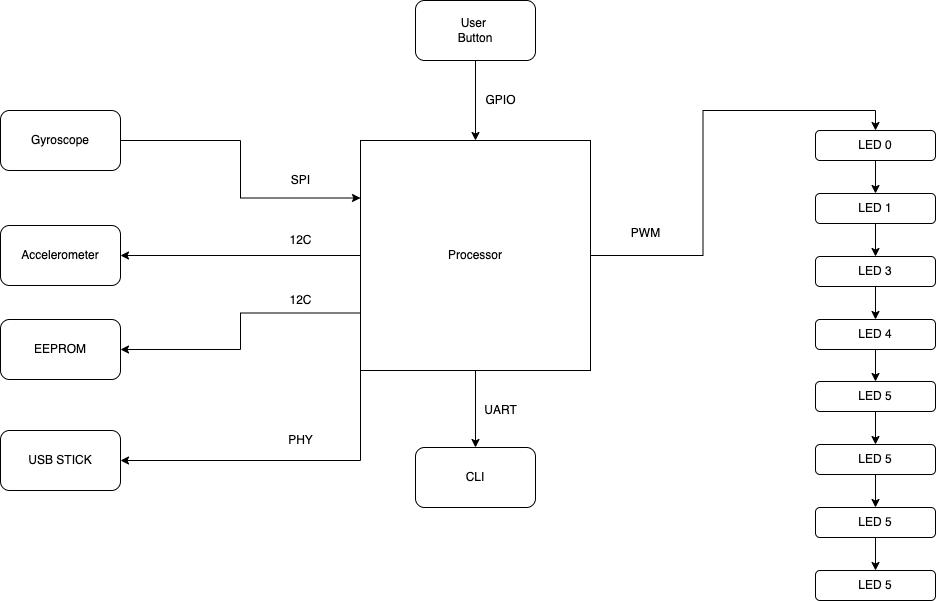
Above: homework_week_6/Assets/Final_project-Hardware Block.drawio.png in error404notfound/making-embedded-systems-homework (draw.io), before the change. Source tidied: cells renumbered, new cells last; positions are measured from the earlier drawing's top-left corner, leaving out a move shared by most shapes. Source of this version:
```xml
<mxGraphModel>
  <root>
    <mxCell id="0" />
    <mxCell id="1" parent="0" />
    <mxCell id="2" style="edgeStyle=orthogonalEdgeStyle;rounded=0;jettySize=auto;html=1;exitX=1;exitY=0.5;exitDx=0;exitDy=0;entryX=0.5;entryY=0;entryDx=0;entryDy=0;" parent="1" edge="1" source="7" target="19">
      <mxGeometry relative="1" as="geometry" />
    </mxCell>
    <mxCell id="3" style="edgeStyle=orthogonalEdgeStyle;rounded=0;jettySize=auto;html=1;exitX=0;exitY=0.75;exitDx=0;exitDy=0;entryX=1;entryY=0.5;entryDx=0;entryDy=0;" parent="1" edge="1" source="7">
      <mxGeometry relative="1" as="geometry">
        <mxPoint x="120" y="349" as="targetPoint" />
      </mxGeometry>
    </mxCell>
    <mxCell id="4" style="edgeStyle=orthogonalEdgeStyle;rounded=0;jettySize=auto;html=1;exitX=0.5;exitY=1;exitDx=0;exitDy=0;entryX=0.5;entryY=0;entryDx=0;entryDy=0;" parent="1" edge="1" source="7" target="9">
      <mxGeometry relative="1" as="geometry" />
    </mxCell>
    <mxCell id="5" style="edgeStyle=orthogonalEdgeStyle;rounded=0;jettySize=auto;html=1;exitX=0;exitY=0.5;exitDx=0;exitDy=0;entryX=1;entryY=0.5;entryDx=0;entryDy=0;" parent="1" edge="1" source="7" target="8">
      <mxGeometry relative="1" as="geometry" />
    </mxCell>
    <mxCell id="6" style="edgeStyle=orthogonalEdgeStyle;rounded=0;jettySize=auto;html=1;exitX=0;exitY=1;exitDx=0;exitDy=0;entryX=1;entryY=0.5;entryDx=0;entryDy=0;" parent="1" edge="1" source="7" target="12">
      <mxGeometry relative="1" as="geometry" />
    </mxCell>
    <mxCell id="7" value="Processor" style="whiteSpace=wrap;html=1;" parent="1" vertex="1">
      <mxGeometry x="360" y="140" width="230" height="230" as="geometry" />
    </mxCell>
    <mxCell id="8" value="Accelerometer" style="rounded=1;whiteSpace=wrap;html=1;" parent="1" vertex="1">
      <mxGeometry y="225" width="120" height="60" as="geometry" />
    </mxCell>
    <mxCell id="9" value="CLI" style="rounded=1;whiteSpace=wrap;html=1;" parent="1" vertex="1">
      <mxGeometry x="415" y="447" width="120" height="60" as="geometry" />
    </mxCell>
    <mxCell id="10" style="edgeStyle=orthogonalEdgeStyle;rounded=0;jettySize=auto;html=1;exitX=0.5;exitY=1;exitDx=0;exitDy=0;entryX=0.5;entryY=0;entryDx=0;entryDy=0;" parent="1" edge="1" source="11" target="17">
      <mxGeometry relative="1" as="geometry" />
    </mxCell>
    <mxCell id="11" value="LED 1" style="rounded=1;whiteSpace=wrap;html=1;" parent="1" vertex="1">
      <mxGeometry x="815" y="193" width="120" height="30" as="geometry" />
    </mxCell>
    <mxCell id="12" value="USB STICK" style="rounded=1;whiteSpace=wrap;html=1;" parent="1" vertex="1">
      <mxGeometry y="430" width="120" height="60" as="geometry" />
    </mxCell>
    <mxCell id="13" value="PWM" style="text;html=1;align=center;verticalAlign=middle;fillColor=none;strokeColor=none;rounded=0;" parent="1" vertex="1">
      <mxGeometry x="625" y="223" width="40" height="20" as="geometry" />
    </mxCell>
    <mxCell id="14" style="edgeStyle=orthogonalEdgeStyle;rounded=0;jettySize=auto;html=1;exitX=0.5;exitY=1;exitDx=0;exitDy=0;entryX=0.5;entryY=0;entryDx=0;entryDy=0;" parent="1" edge="1" source="15" target="7">
      <mxGeometry relative="1" as="geometry" />
    </mxCell>
    <mxCell id="15" value="User&amp;nbsp;&lt;br&gt;Button" style="rounded=1;whiteSpace=wrap;html=1;" parent="1" vertex="1">
      <mxGeometry x="415" width="120" height="60" as="geometry" />
    </mxCell>
    <mxCell id="16" style="edgeStyle=orthogonalEdgeStyle;rounded=0;jettySize=auto;html=1;exitX=0.5;exitY=1;exitDx=0;exitDy=0;entryX=0.5;entryY=0;entryDx=0;entryDy=0;" parent="1" edge="1" source="17" target="21">
      <mxGeometry relative="1" as="geometry" />
    </mxCell>
    <mxCell id="17" value="LED 3" style="rounded=1;whiteSpace=wrap;html=1;" parent="1" vertex="1">
      <mxGeometry x="815" y="256" width="120" height="30" as="geometry" />
    </mxCell>
    <mxCell id="18" style="edgeStyle=orthogonalEdgeStyle;rounded=0;jettySize=auto;html=1;exitX=0.5;exitY=1;exitDx=0;exitDy=0;entryX=0.5;entryY=0;entryDx=0;entryDy=0;" parent="1" edge="1" source="19" target="11">
      <mxGeometry relative="1" as="geometry" />
    </mxCell>
    <mxCell id="19" value="LED 0" style="rounded=1;whiteSpace=wrap;html=1;" parent="1" vertex="1">
      <mxGeometry x="815" y="130" width="120" height="30" as="geometry" />
    </mxCell>
    <mxCell id="20" style="edgeStyle=orthogonalEdgeStyle;rounded=0;jettySize=auto;html=1;exitX=0.5;exitY=1;exitDx=0;exitDy=0;entryX=0.5;entryY=0;entryDx=0;entryDy=0;" parent="1" edge="1" source="21" target="23">
      <mxGeometry relative="1" as="geometry" />
    </mxCell>
    <mxCell id="21" value="LED 4" style="rounded=1;whiteSpace=wrap;html=1;" parent="1" vertex="1">
      <mxGeometry x="815" y="319" width="120" height="30" as="geometry" />
    </mxCell>
    <mxCell id="22" style="edgeStyle=orthogonalEdgeStyle;rounded=0;jettySize=auto;html=1;" parent="1" edge="1" source="23" target="25">
      <mxGeometry relative="1" as="geometry" />
    </mxCell>
    <mxCell id="23" value="LED 5" style="rounded=1;whiteSpace=wrap;html=1;" parent="1" vertex="1">
      <mxGeometry x="815" y="381" width="120" height="30" as="geometry" />
    </mxCell>
    <mxCell id="24" style="edgeStyle=orthogonalEdgeStyle;rounded=0;jettySize=auto;html=1;exitX=0.5;exitY=1;exitDx=0;exitDy=0;entryX=0.5;entryY=0;entryDx=0;entryDy=0;" parent="1" edge="1" source="25" target="27">
      <mxGeometry relative="1" as="geometry" />
    </mxCell>
    <mxCell id="25" value="LED 5" style="rounded=1;whiteSpace=wrap;html=1;" parent="1" vertex="1">
      <mxGeometry x="815" y="444" width="120" height="30" as="geometry" />
    </mxCell>
    <mxCell id="26" style="edgeStyle=orthogonalEdgeStyle;rounded=0;jettySize=auto;html=1;exitX=0.5;exitY=1;exitDx=0;exitDy=0;entryX=0.5;entryY=0;entryDx=0;entryDy=0;" parent="1" edge="1" source="27" target="28">
      <mxGeometry relative="1" as="geometry" />
    </mxCell>
    <mxCell id="27" value="LED 5" style="rounded=1;whiteSpace=wrap;html=1;" parent="1" vertex="1">
      <mxGeometry x="815" y="507" width="120" height="30" as="geometry" />
    </mxCell>
    <mxCell id="28" value="LED 5" style="rounded=1;whiteSpace=wrap;html=1;" parent="1" vertex="1">
      <mxGeometry x="815" y="570" width="120" height="30" as="geometry" />
    </mxCell>
    <mxCell id="29" value="EEPROM" style="rounded=1;whiteSpace=wrap;html=1;" parent="1" vertex="1">
      <mxGeometry y="319" width="120" height="60" as="geometry" />
    </mxCell>
    <mxCell id="30" value="GPIO" style="text;html=1;align=center;verticalAlign=middle;fillColor=none;strokeColor=none;rounded=0;" parent="1" vertex="1">
      <mxGeometry x="475" y="90" width="50" height="20" as="geometry" />
    </mxCell>
    <mxCell id="31" value="UART" style="text;html=1;align=center;verticalAlign=middle;fillColor=none;strokeColor=none;rounded=0;" parent="1" vertex="1">
      <mxGeometry x="475" y="400" width="50" height="20" as="geometry" />
    </mxCell>
    <mxCell id="32" style="edgeStyle=orthogonalEdgeStyle;rounded=0;jettySize=auto;html=1;exitX=1;exitY=0.5;exitDx=0;exitDy=0;entryX=0;entryY=0.25;entryDx=0;entryDy=0;" parent="1" edge="1" source="33" target="7">
      <mxGeometry relative="1" as="geometry" />
    </mxCell>
    <mxCell id="33" value="Gyroscope" style="rounded=1;whiteSpace=wrap;html=1;" parent="1" vertex="1">
      <mxGeometry y="110" width="120" height="60" as="geometry" />
    </mxCell>
    <mxCell id="34" value="SPI" style="text;html=1;align=center;verticalAlign=middle;fillColor=none;strokeColor=none;rounded=0;" parent="1" vertex="1">
      <mxGeometry x="285" y="170" width="30" height="20" as="geometry" />
    </mxCell>
    <mxCell id="35" value="12C" style="text;html=1;align=center;verticalAlign=middle;fillColor=none;strokeColor=none;rounded=0;" parent="1" vertex="1">
      <mxGeometry x="280" y="230" width="40" height="20" as="geometry" />
    </mxCell>
    <mxCell id="36" value="PHY" style="text;html=1;align=center;verticalAlign=middle;fillColor=none;strokeColor=none;rounded=0;" parent="1" vertex="1">
      <mxGeometry x="280" y="430" width="40" height="20" as="geometry" />
    </mxCell>
    <mxCell id="37" value="12C" style="text;html=1;align=center;verticalAlign=middle;fillColor=none;strokeColor=none;rounded=0;" parent="1" vertex="1">
      <mxGeometry x="280" y="290" width="40" height="20" as="geometry" />
    </mxCell>
  </root>
</mxGraphModel>
```
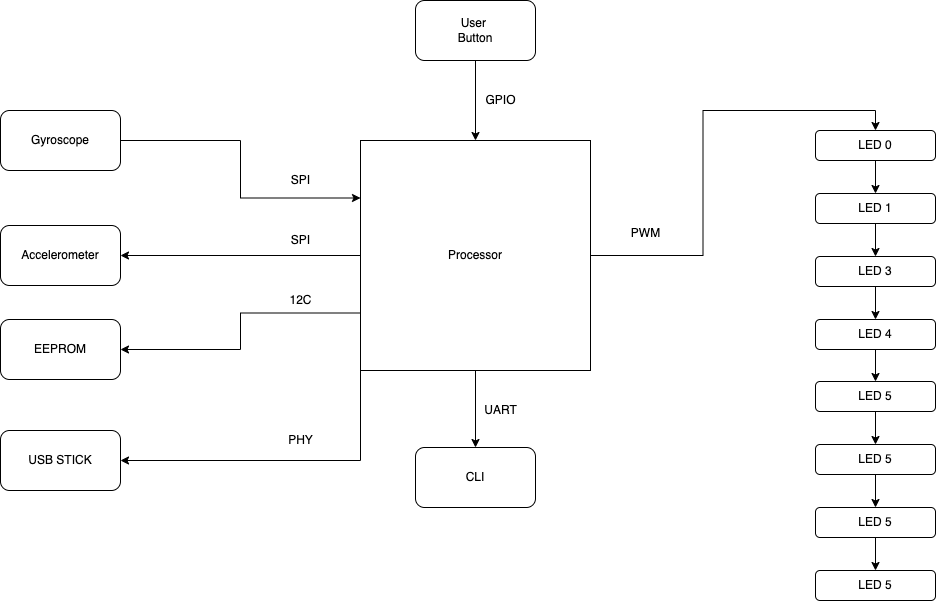
The same file after the commit.

Commit message:
changes to Hardware block diagram

What changed in the source:
```diff
@@ -103,8 +103,8 @@
     <mxCell id="34" value="SPI" style="text;html=1;align=center;verticalAlign=middle;fillColor=none;strokeColor=none;rounded=0;" parent="1" vertex="1">
       <mxGeometry x="285" y="170" width="30" height="20" as="geometry" />
     </mxCell>
-    <mxCell id="35" value="12C" style="text;html=1;align=center;verticalAlign=middle;fillColor=none;strokeColor=none;rounded=0;" parent="1" vertex="1">
-      <mxGeometry x="280" y="230" width="40" height="20" as="geometry" />
+    <mxCell id="35" value="SPI" style="text;html=1;align=center;verticalAlign=middle;fillColor=none;strokeColor=none;rounded=0;" parent="1" vertex="1">
+      <mxGeometry x="285" y="230" width="30" height="20" as="geometry" />
     </mxCell>
     <mxCell id="36" value="PHY" style="text;html=1;align=center;verticalAlign=middle;fillColor=none;strokeColor=none;rounded=0;" parent="1" vertex="1">
       <mxGeometry x="280" y="430" width="40" height="20" as="geometry" />
```
